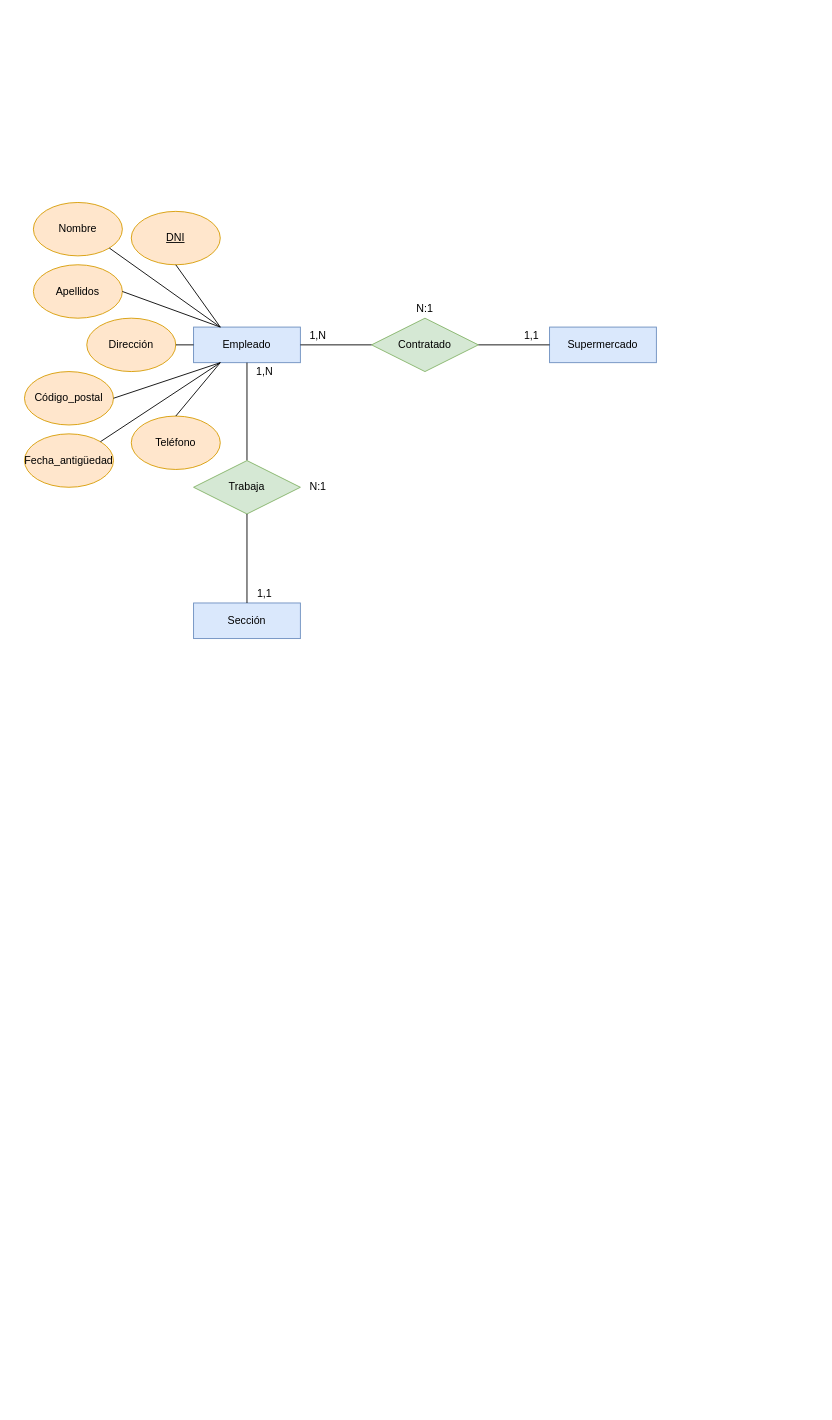
This is Supermercados.drawio from Axel-Vicente/BBDD, a draw.io file, before an edit. Source tidied: cells renumbered, new cells numbered last; positions are measured from the earlier drawing's top-left corner, leaving out a move shared by most shapes. Both pictures are drawn from the tidied source at 89%, with x=0, y=0 at pixel (24, 202).
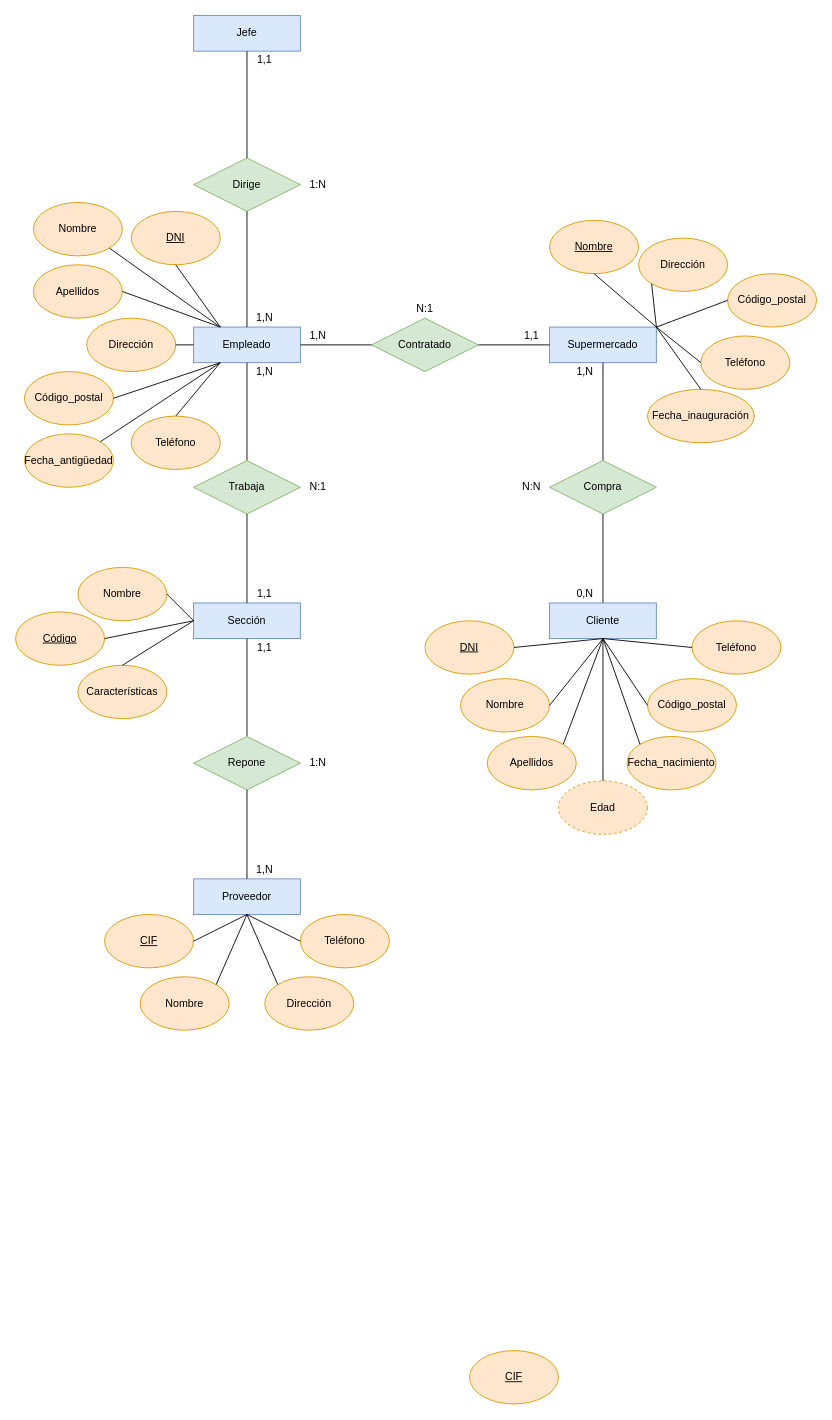
Above is the later version.

The change refers to these unchanged cells:
```xml
<mxCell id="2" value="Empleado" style="rounded=0;whiteSpace=wrap;html=1;fillColor=#dae8fc;strokeColor=#6c8ebf;" parent="1" vertex="1">
  <mxGeometry x="190" y="140" width="120" height="40" as="geometry" />
</mxCell>
<mxCell id="18" value="Supermercado" style="rounded=0;whiteSpace=wrap;html=1;fillColor=#dae8fc;strokeColor=#6c8ebf;" parent="1" vertex="1">
  <mxGeometry x="590" y="140" width="120" height="40" as="geometry" />
</mxCell>
<mxCell id="24" value="Sección" style="rounded=0;whiteSpace=wrap;html=1;fillColor=#dae8fc;strokeColor=#6c8ebf;" parent="1" vertex="1">
  <mxGeometry x="190" y="450" width="120" height="40" as="geometry" />
</mxCell>
```

The edit, as a diff of the source:
```diff
@@
+    <mxCell id="31" value="Nombre" style="ellipse;whiteSpace=wrap;html=1;fontStyle=0;fillColor=#ffe6cc;strokeColor=#d79b00;" parent="1" vertex="1">
+      <mxGeometry x="60" y="410" width="100" height="60" as="geometry" />
+    </mxCell>
+    <mxCell id="32" value="Características" style="ellipse;whiteSpace=wrap;html=1;fontStyle=0;fillColor=#ffe6cc;strokeColor=#d79b00;" parent="1" vertex="1">
+      <mxGeometry x="60" y="520" width="100" height="60" as="geometry" />
+    </mxCell>
+    <mxCell id="33" value="Código" style="ellipse;whiteSpace=wrap;html=1;fontStyle=4;fillColor=#ffe6cc;strokeColor=#d79b00;" parent="1" vertex="1">
+      <mxGeometry x="-10" y="460" width="100" height="60" as="geometry" />
+    </mxCell>
+    <mxCell id="34" style="endArrow=none;html=1;exitX=1;exitY=0.5;exitDx=0;exitDy=0;entryX=0;entryY=0.5;entryDx=0;entryDy=0;" parent="1" edge="1" source="31" target="24">
+      <mxGeometry relative="1" as="geometry" />
+    </mxCell>
+    <mxCell id="35" style="endArrow=none;html=1;exitX=1;exitY=0.5;exitDx=0;exitDy=0;entryX=0;entryY=0.5;entryDx=0;entryDy=0;" parent="1" edge="1" source="33" target="24">
+      <mxGeometry relative="1" as="geometry" />
+    </mxCell>
+    <mxCell id="36" style="endArrow=none;html=1;exitX=0.5;exitY=0;exitDx=0;exitDy=0;entryX=0;entryY=0.5;entryDx=0;entryDy=0;" parent="1" edge="1" source="32" target="24">
+      <mxGeometry relative="1" as="geometry" />
+    </mxCell>
+    <mxCell id="37" style="endArrow=none;html=1;exitX=0.5;exitY=0;exitDx=0;exitDy=0;entryX=0.5;entryY=1;entryDx=0;entryDy=0;" parent="1" edge="1" source="38" target="18">
+      <mxGeometry relative="1" as="geometry" />
+    </mxCell>
+    <mxCell id="38" value="Compra" style="rhombus;whiteSpace=wrap;html=1;fillColor=#d5e8d4;strokeColor=#82b366;" parent="1" vertex="1">
+      <mxGeometry x="590" y="290" width="120" height="60" as="geometry" />
+    </mxCell>
+    <mxCell id="39" style="endArrow=none;html=1;exitX=0.5;exitY=1;exitDx=0;exitDy=0;entryX=0.5;entryY=0;entryDx=0;entryDy=0;" parent="1" edge="1" source="38" target="43">
+      <mxGeometry relative="1" as="geometry" />
+    </mxCell>
+    <mxCell id="40" value="1,N" style="text;html=1;strokeColor=none;fillColor=none;align=center;verticalAlign=middle;whiteSpace=wrap;rounded=0;" parent="1" vertex="1">
+      <mxGeometry x="610" y="180" width="40" height="20" as="geometry" />
+    </mxCell>
+    <mxCell id="41" value="N:N" style="text;html=1;strokeColor=none;fillColor=none;align=center;verticalAlign=middle;whiteSpace=wrap;rounded=0;" parent="1" vertex="1">
+      <mxGeometry x="550" y="310" width="40" height="20" as="geometry" />
+    </mxCell>
+    <mxCell id="42" value="0,N" style="text;html=1;strokeColor=none;fillColor=none;align=center;verticalAlign=middle;whiteSpace=wrap;rounded=0;" parent="1" vertex="1">
+      <mxGeometry x="610" y="430" width="40" height="20" as="geometry" />
+    </mxCell>
+    <mxCell id="43" value="Cliente" style="rounded=0;whiteSpace=wrap;html=1;fillColor=#dae8fc;strokeColor=#6c8ebf;" parent="1" vertex="1">
+      <mxGeometry x="590" y="450" width="120" height="40" as="geometry" />
+    </mxCell>
+    <mxCell id="44" value="Proveedor" style="rounded=0;whiteSpace=wrap;html=1;fillColor=#dae8fc;strokeColor=#6c8ebf;" parent="1" vertex="1">
+      <mxGeometry x="190" y="760" width="120" height="40" as="geometry" />
+    </mxCell>
+    <mxCell id="45" style="endArrow=none;html=1;exitX=0.5;exitY=0;exitDx=0;exitDy=0;entryX=0.5;entryY=1;entryDx=0;entryDy=0;" parent="1" edge="1" source="46" target="24">
+      <mxGeometry relative="1" as="geometry" />
+    </mxCell>
+    <mxCell id="46" value="Repone" style="rhombus;whiteSpace=wrap;html=1;fillColor=#d5e8d4;strokeColor=#82b366;" parent="1" vertex="1">
+      <mxGeometry x="190" y="600" width="120" height="60" as="geometry" />
+    </mxCell>
+    <mxCell id="47" style="endArrow=none;html=1;exitX=0.5;exitY=1;exitDx=0;exitDy=0;entryX=0.5;entryY=0;entryDx=0;entryDy=0;" parent="1" edge="1" source="46" target="44">
+      <mxGeometry relative="1" as="geometry" />
+    </mxCell>
+    <mxCell id="48" value="1,N" style="text;html=1;strokeColor=none;fillColor=none;align=center;verticalAlign=middle;whiteSpace=wrap;rounded=0;" parent="1" vertex="1">
+      <mxGeometry x="250" y="740" width="40" height="20" as="geometry" />
+    </mxCell>
+    <mxCell id="49" value="1:N" style="text;html=1;strokeColor=none;fillColor=none;align=center;verticalAlign=middle;whiteSpace=wrap;rounded=0;" parent="1" vertex="1">
+      <mxGeometry x="310" y="620" width="40" height="20" as="geometry" />
+    </mxCell>
+    <mxCell id="50" value="1,1" style="text;html=1;strokeColor=none;fillColor=none;align=center;verticalAlign=middle;whiteSpace=wrap;rounded=0;" parent="1" vertex="1">
+      <mxGeometry x="250" y="490" width="40" height="20" as="geometry" />
+    </mxCell>
+    <mxCell id="51" value="CIF" style="ellipse;whiteSpace=wrap;html=1;fontStyle=4;fillColor=#ffe6cc;strokeColor=#d79b00;" parent="1" vertex="1">
+      <mxGeometry x="90" y="800" width="100" height="60" as="geometry" />
+    </mxCell>
+    <mxCell id="52" value="Teléfono" style="ellipse;whiteSpace=wrap;html=1;fontStyle=0;fillColor=#ffe6cc;strokeColor=#d79b00;" parent="1" vertex="1">
+      <mxGeometry x="310" y="800" width="100" height="60" as="geometry" />
+    </mxCell>
+    <mxCell id="53" value="Nombre" style="ellipse;whiteSpace=wrap;html=1;fontStyle=0;fillColor=#ffe6cc;strokeColor=#d79b00;" parent="1" vertex="1">
+      <mxGeometry x="130" y="870" width="100" height="60" as="geometry" />
+    </mxCell>
+    <mxCell id="54" value="Dirección" style="ellipse;whiteSpace=wrap;html=1;fontStyle=0;fillColor=#ffe6cc;strokeColor=#d79b00;" parent="1" vertex="1">
+      <mxGeometry x="270" y="870" width="100" height="60" as="geometry" />
+    </mxCell>
+    <mxCell id="55" style="endArrow=none;html=1;exitX=0;exitY=0.5;exitDx=0;exitDy=0;entryX=0.5;entryY=1;entryDx=0;entryDy=0;" parent="1" edge="1" source="52" target="44">
+      <mxGeometry relative="1" as="geometry" />
+    </mxCell>
+    <mxCell id="56" style="endArrow=none;html=1;exitX=0;exitY=0;exitDx=0;exitDy=0;entryX=0.5;entryY=1;entryDx=0;entryDy=0;" parent="1" edge="1" source="54" target="44">
+      <mxGeometry relative="1" as="geometry" />
+    </mxCell>
+    <mxCell id="57" style="endArrow=none;html=1;exitX=1;exitY=0;exitDx=0;exitDy=0;entryX=0.5;entryY=1;entryDx=0;entryDy=0;" parent="1" edge="1" source="53" target="44">
+      <mxGeometry relative="1" as="geometry" />
+    </mxCell>
+    <mxCell id="58" style="endArrow=none;html=1;exitX=1;exitY=0.5;exitDx=0;exitDy=0;entryX=0.5;entryY=1;entryDx=0;entryDy=0;" parent="1" edge="1" source="51" target="44">
+      <mxGeometry relative="1" as="geometry" />
+    </mxCell>
+    <mxCell id="59" value="Apellidos" style="ellipse;whiteSpace=wrap;html=1;fontStyle=0;fillColor=#ffe6cc;strokeColor=#d79b00;" parent="1" vertex="1">
+      <mxGeometry x="520" y="600" width="100" height="60" as="geometry" />
+    </mxCell>
+    <mxCell id="60" value="Fecha_nacimiento" style="ellipse;whiteSpace=wrap;html=1;fontStyle=0;fillColor=#ffe6cc;strokeColor=#d79b00;" parent="1" vertex="1">
+      <mxGeometry x="677" y="600" width="100" height="60" as="geometry" />
+    </mxCell>
+    <mxCell id="61" value="Nombre" style="ellipse;whiteSpace=wrap;html=1;fontStyle=0;fillColor=#ffe6cc;strokeColor=#d79b00;" parent="1" vertex="1">
+      <mxGeometry x="490" y="535" width="100" height="60" as="geometry" />
+    </mxCell>
+    <mxCell id="62" value="Teléfono" style="ellipse;whiteSpace=wrap;html=1;fontStyle=0;fillColor=#ffe6cc;strokeColor=#d79b00;" parent="1" vertex="1">
+      <mxGeometry x="750" y="470" width="100" height="60" as="geometry" />
+    </mxCell>
+    <mxCell id="63" value="DNI" style="ellipse;whiteSpace=wrap;html=1;fontStyle=4;fillColor=#ffe6cc;strokeColor=#d79b00;" parent="1" vertex="1">
+      <mxGeometry x="450" y="470" width="100" height="60" as="geometry" />
+    </mxCell>
+    <mxCell id="64" value="Edad" style="ellipse;whiteSpace=wrap;html=1;fontStyle=0;fillColor=#ffe6cc;strokeColor=#d79b00;dashed=1;" parent="1" vertex="1">
+      <mxGeometry x="600" y="650" width="100" height="60" as="geometry" />
+    </mxCell>
+    <mxCell id="65" value="Código_postal" style="ellipse;whiteSpace=wrap;html=1;fontStyle=0;fillColor=#ffe6cc;strokeColor=#d79b00;" parent="1" vertex="1">
+      <mxGeometry x="700" y="535" width="100" height="60" as="geometry" />
+    </mxCell>
+    <mxCell id="66" value="CIF" style="ellipse;whiteSpace=wrap;html=1;fontStyle=4;fillColor=#ffe6cc;strokeColor=#d79b00;" parent="1" vertex="1">
+      <mxGeometry x="500" y="1290" width="100" height="60" as="geometry" />
+    </mxCell>
+    <mxCell id="67" style="endArrow=none;html=1;exitX=0.5;exitY=0;exitDx=0;exitDy=0;entryX=0.5;entryY=1;entryDx=0;entryDy=0;" parent="1" edge="1" source="64" target="43">
+      <mxGeometry relative="1" as="geometry" />
+    </mxCell>
+    <mxCell id="68" style="endArrow=none;html=1;exitX=1;exitY=0.5;exitDx=0;exitDy=0;entryX=0.5;entryY=1;entryDx=0;entryDy=0;" parent="1" edge="1" source="63" target="43">
+      <mxGeometry relative="1" as="geometry" />
+    </mxCell>
+    <mxCell id="69" style="endArrow=none;html=1;entryX=1;entryY=0.5;entryDx=0;entryDy=0;exitX=0.5;exitY=1;exitDx=0;exitDy=0;" parent="1" edge="1" source="43" target="61">
+      <mxGeometry relative="1" as="geometry" />
+    </mxCell>
+    <mxCell id="70" style="endArrow=none;html=1;exitX=1;exitY=0;exitDx=0;exitDy=0;entryX=0.5;entryY=1;entryDx=0;entryDy=0;" parent="1" edge="1" source="59" target="43">
+      <mxGeometry relative="1" as="geometry" />
+    </mxCell>
+    <mxCell id="71" style="endArrow=none;html=1;entryX=0.5;entryY=1;entryDx=0;entryDy=0;exitX=0;exitY=0;exitDx=0;exitDy=0;" parent="1" edge="1" source="60" target="43">
+      <mxGeometry relative="1" as="geometry" />
+    </mxCell>
+    <mxCell id="72" style="endArrow=none;html=1;exitX=0;exitY=0.5;exitDx=0;exitDy=0;entryX=0.5;entryY=1;entryDx=0;entryDy=0;" parent="1" edge="1" source="65" target="43">
+      <mxGeometry relative="1" as="geometry" />
+    </mxCell>
+    <mxCell id="73" style="endArrow=none;html=1;exitX=0;exitY=0.5;exitDx=0;exitDy=0;entryX=0.5;entryY=1;entryDx=0;entryDy=0;" parent="1" edge="1" source="62" target="43">
+      <mxGeometry relative="1" as="geometry" />
+    </mxCell>
+    <mxCell id="74" value="Nombre" style="ellipse;whiteSpace=wrap;html=1;fontStyle=4;fillColor=#ffe6cc;strokeColor=#d79b00;" parent="1" vertex="1">
+      <mxGeometry x="590" y="20" width="100" height="60" as="geometry" />
+    </mxCell>
+    <mxCell id="75" value="Dirección" style="ellipse;whiteSpace=wrap;html=1;fontStyle=0;fillColor=#ffe6cc;strokeColor=#d79b00;" parent="1" vertex="1">
+      <mxGeometry x="690" y="40" width="100" height="60" as="geometry" />
+    </mxCell>
+    <mxCell id="76" value="Código_postal" style="ellipse;whiteSpace=wrap;html=1;fontStyle=0;fillColor=#ffe6cc;strokeColor=#d79b00;" parent="1" vertex="1">
+      <mxGeometry x="790" y="80" width="100" height="60" as="geometry" />
+    </mxCell>
+    <mxCell id="77" value="Fecha_inauguración" style="ellipse;whiteSpace=wrap;html=1;fontStyle=0;fillColor=#ffe6cc;strokeColor=#d79b00;" parent="1" vertex="1">
+      <mxGeometry x="700" y="210" width="120" height="60" as="geometry" />
+    </mxCell>
+    <mxCell id="78" value="Teléfono" style="ellipse;whiteSpace=wrap;html=1;fontStyle=0;fillColor=#ffe6cc;strokeColor=#d79b00;" parent="1" vertex="1">
+      <mxGeometry x="760" y="150" width="100" height="60" as="geometry" />
+    </mxCell>
+    <mxCell id="79" style="endArrow=none;html=1;entryX=0.5;entryY=0;entryDx=0;entryDy=0;exitX=1;exitY=0;exitDx=0;exitDy=0;" parent="1" edge="1" source="18" target="77">
+      <mxGeometry relative="1" as="geometry" />
+    </mxCell>
+    <mxCell id="80" style="endArrow=none;html=1;entryX=0;entryY=0.5;entryDx=0;entryDy=0;exitX=1;exitY=0;exitDx=0;exitDy=0;" parent="1" edge="1" source="18" target="78">
+      <mxGeometry relative="1" as="geometry" />
+    </mxCell>
+    <mxCell id="81" style="endArrow=none;html=1;entryX=0;entryY=0.5;entryDx=0;entryDy=0;exitX=1;exitY=0;exitDx=0;exitDy=0;" parent="1" edge="1" source="18" target="76">
+      <mxGeometry relative="1" as="geometry" />
+    </mxCell>
+    <mxCell id="82" style="endArrow=none;html=1;entryX=0;entryY=1;entryDx=0;entryDy=0;exitX=1;exitY=0;exitDx=0;exitDy=0;" parent="1" edge="1" source="18" target="75">
+      <mxGeometry relative="1" as="geometry" />
+    </mxCell>
+    <mxCell id="83" style="endArrow=none;html=1;entryX=0.5;entryY=1;entryDx=0;entryDy=0;exitX=1;exitY=0;exitDx=0;exitDy=0;" parent="1" edge="1" source="18" target="74">
+      <mxGeometry relative="1" as="geometry" />
+    </mxCell>
+    <mxCell id="84" value="Jefe" style="rounded=0;whiteSpace=wrap;html=1;fillColor=#dae8fc;strokeColor=#6c8ebf;" parent="1" vertex="1">
+      <mxGeometry x="190" y="-210" width="120" height="40" as="geometry" />
+    </mxCell>
+    <mxCell id="85" value="Dirige" style="rhombus;whiteSpace=wrap;html=1;fillColor=#d5e8d4;strokeColor=#82b366;" parent="1" vertex="1">
+      <mxGeometry x="190" y="-50" width="120" height="60" as="geometry" />
+    </mxCell>
+    <mxCell id="86" style="endArrow=none;html=1;exitX=0.5;exitY=0;exitDx=0;exitDy=0;entryX=0.5;entryY=1;entryDx=0;entryDy=0;" parent="1" edge="1" source="85" target="84">
+      <mxGeometry relative="1" as="geometry" />
+    </mxCell>
+    <mxCell id="87" style="endArrow=none;html=1;exitX=0.5;exitY=1;exitDx=0;exitDy=0;entryX=0.5;entryY=0;entryDx=0;entryDy=0;" parent="1" edge="1" source="85" target="2">
+      <mxGeometry relative="1" as="geometry" />
+    </mxCell>
+    <mxCell id="88" value="1,N" style="text;html=1;strokeColor=none;fillColor=none;align=center;verticalAlign=middle;whiteSpace=wrap;rounded=0;" parent="1" vertex="1">
+      <mxGeometry x="250" y="120" width="40" height="20" as="geometry" />
+    </mxCell>
+    <mxCell id="89" value="1,1" style="text;html=1;strokeColor=none;fillColor=none;align=center;verticalAlign=middle;whiteSpace=wrap;rounded=0;" parent="1" vertex="1">
+      <mxGeometry x="250" y="-170" width="40" height="20" as="geometry" />
+    </mxCell>
+    <mxCell id="90" value="1:N" style="text;html=1;strokeColor=none;fillColor=none;align=center;verticalAlign=middle;whiteSpace=wrap;rounded=0;" parent="1" vertex="1">
+      <mxGeometry x="310" y="-30" width="40" height="20" as="geometry" />
+    </mxCell>
```
